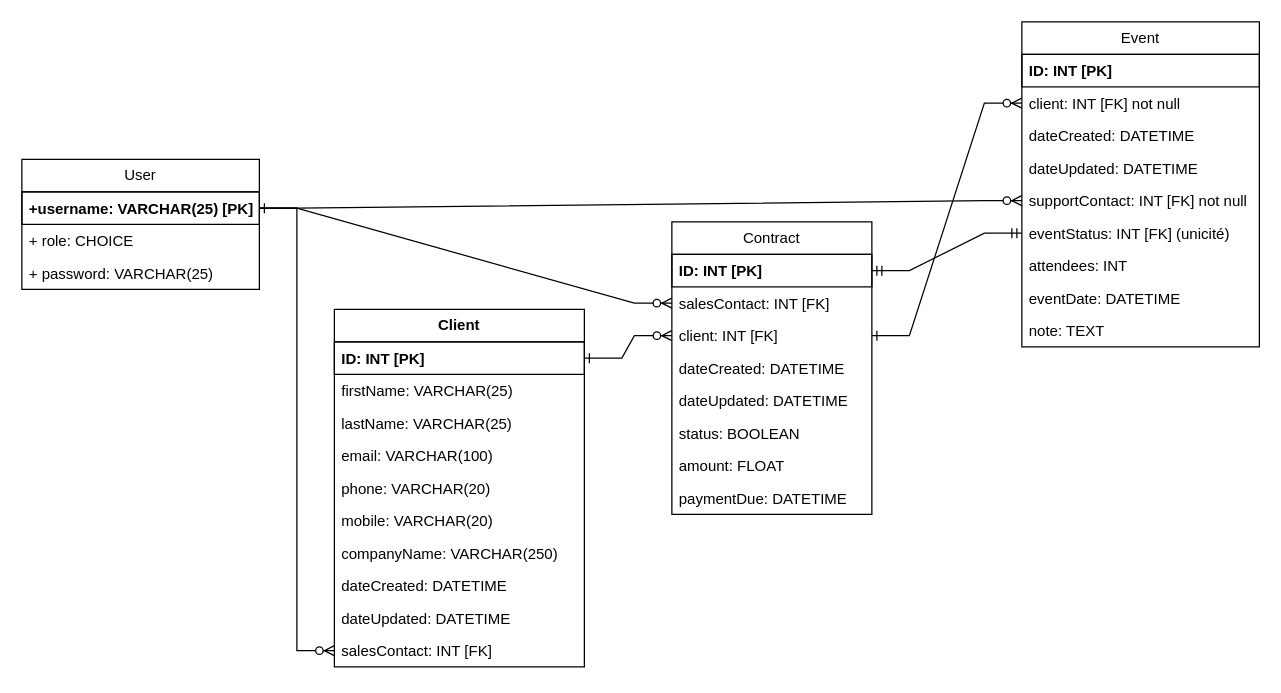
The draw.io diagram Diagramme ER.drawio in gmaOCR/TP12, before the edit. Source tidied: cells renumbered, new cells numbered last; positions are measured from the earlier drawing's top-left corner, leaving out a move shared by most shapes. Both pictures are drawn from the tidied source at 125%, with x=0, y=0 at pixel (21, 21).
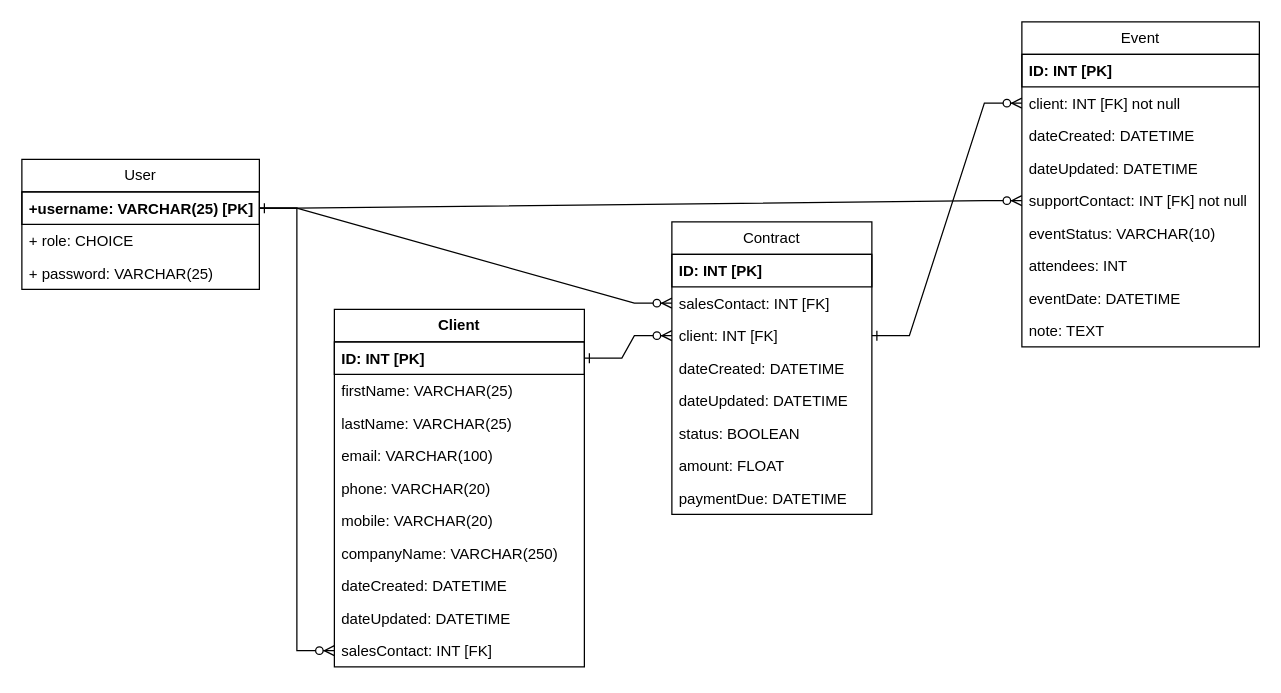
After the change.

Commit message:
Mettre à jour Diagramme ER.drawio

The change refers to these unchanged cells:
```xml
<mxCell id="2" value="Event" style="swimlane;fontStyle=0;horizontal=1;startSize=26;fillColor=none;whiteSpace=wrap;html=1;" parent="1" vertex="1">
  <mxGeometry x="800" width="190" height="260" as="geometry" />
</mxCell>
<mxCell id="13" value="&lt;b&gt;ID: INT [PK]&lt;/b&gt;" style="text;strokeColor=default;fillColor=none;align=left;verticalAlign=top;spacingLeft=4;spacingRight=4;overflow=hidden;points=[[0,0.5],[1,0.5]];portConstraint=eastwest;whiteSpace=wrap;html=1;" parent="12" vertex="1">
  <mxGeometry y="26" width="160" height="26" as="geometry" />
</mxCell>
```

Change to the diagram source:
```diff
@@
-    <mxCell id="8" value="eventStatus: INT [FK] (unicité)" style="text;strokeColor=none;fillColor=none;align=left;verticalAlign=top;spacingLeft=4;spacingRight=4;overflow=hidden;points=[[0,0.5],[1,0.5]];portConstraint=eastwest;whiteSpace=wrap;html=1;" parent="2" vertex="1">
+    <mxCell id="8" value="eventStatus: VARCHAR(10)" style="text;strokeColor=none;fillColor=none;align=left;verticalAlign=top;spacingLeft=4;spacingRight=4;overflow=hidden;points=[[0,0.5],[1,0.5]];portConstraint=eastwest;whiteSpace=wrap;html=1;" parent="2" vertex="1">
       <mxGeometry y="156" width="190" height="26" as="geometry" />
     </mxCell>
@@
-    <mxCell id="41" style="edgeStyle=entityRelationEdgeStyle;fontSize=12;html=1;endArrow=ERmandOne;startArrow=ERmandOne;rounded=0;entryX=0;entryY=0.5;entryDx=0;entryDy=0;exitX=1;exitY=0.5;exitDx=0;exitDy=0;" parent="1" edge="1" source="13" target="8">
-      <mxGeometry relative="1" as="geometry" />
-    </mxCell>
```
